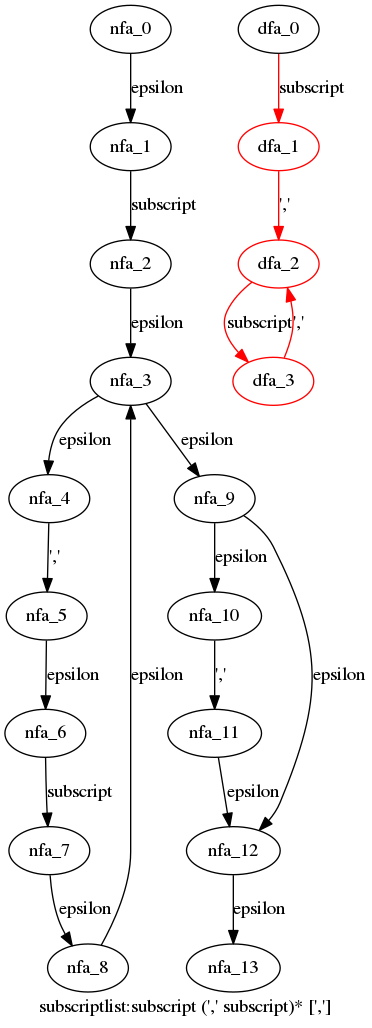
Before: cpython/grammar/handwrite/nfa_dfas/72.subscriptlist.dot.png, a diagram exported from Graphviz (WinChua/blog). Its source is kept beside it as cpython/grammar/handwrite/nfa_dfas/72.subscriptlist.dot.
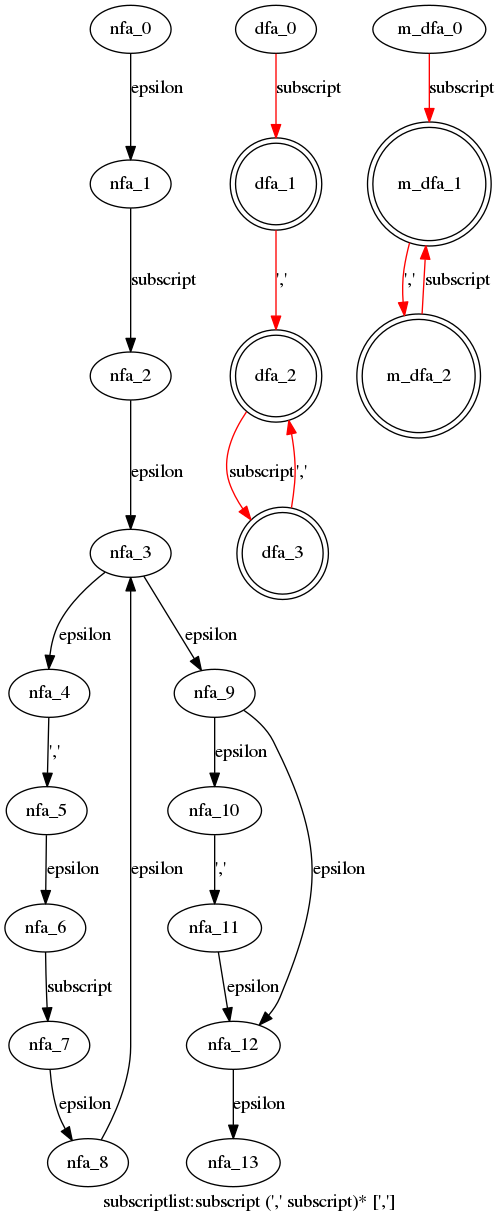
Above is the later version.

What changed in the source:
```diff
@@ -22,8 +22,15 @@
   dfa_1->dfa_2[label="','",color=red]
   dfa_2->dfa_3[label="subscript",color=red]
   dfa_3->dfa_2[label="','",color=red]
-  dfa_1[color=red]
-  dfa_2[color=red]
-  dfa_3[color=red]
+  dfa_1[shape=doublecircle]
+  dfa_2[shape=doublecircle]
+  dfa_3[shape=doublecircle]
+  }
+ subgraph subscriptlist_m_dfa {
+  m_dfa_0->m_dfa_1[label="subscript",color=red]
+  m_dfa_1->m_dfa_2[label="','",color=red]
+  m_dfa_2->m_dfa_1[label="subscript",color=red]
+  m_dfa_1[shape=doublecircle]
+  m_dfa_2[shape=doublecircle]
   }
 }
```
